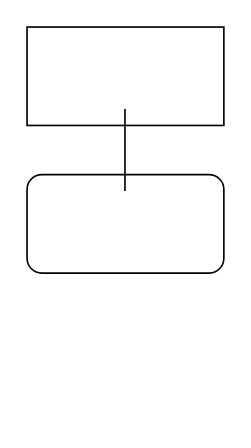
This is Diagramme sans nom.drawio from Amandine4731/holbertonschool-printf, a draw.io file, before an edit. Source tidied: cells renumbered, new cells numbered last; positions are measured from the earlier drawing's top-left corner, leaving out a move shared by most shapes. Both pictures are drawn from the tidied source at 164%, with x=0, y=0 at pixel (26, 26).
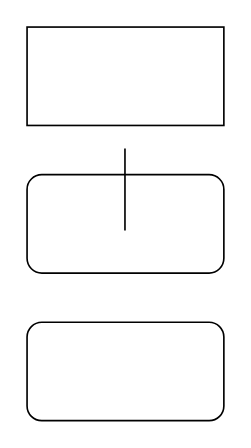
Above is the later version.

Commit message (it also covers changes not shown here):
Mettre à jour Diagramme sans nom.drawio

The edit, as a diff of the source:
```diff
@@
 <mxGraphModel>
   <root>
     <mxCell id="0" />
     <mxCell id="1" parent="0" />
     <mxCell id="2" style="rounded=0;whiteSpace=wrap;html=1;" parent="1" vertex="1">
       <mxGeometry width="120" height="60" as="geometry" />
     </mxCell>
     <mxCell id="3" style="rounded=1;whiteSpace=wrap;html=1;" parent="1" vertex="1">
       <mxGeometry y="90" width="120" height="60" as="geometry" />
     </mxCell>
     <mxCell id="4" style="endArrow=none;html=1;rounded=0;" parent="1" edge="1">
       <mxGeometry relative="1" as="geometry">
-        <mxPoint x="59.7" y="100" as="sourcePoint" />
-        <mxPoint x="59.7" y="50" as="targetPoint" />
+        <mxPoint x="59.7" y="124" as="sourcePoint" />
+        <mxPoint x="59.7" y="74" as="targetPoint" />
         <Array as="points">
-          <mxPoint x="59.7" y="70" />
-          <mxPoint x="59.7" y="60" />
+          <mxPoint x="59.7" y="94" />
+          <mxPoint x="59.7" y="84" />
         </Array>
       </mxGeometry>
     </mxCell>
+    <mxCell id="5" style="rounded=1;whiteSpace=wrap;html=1;" parent="1" vertex="1">
+      <mxGeometry y="180" width="120" height="60" as="geometry" />
+    </mxCell>
   </root>
 </mxGraphModel>
```
